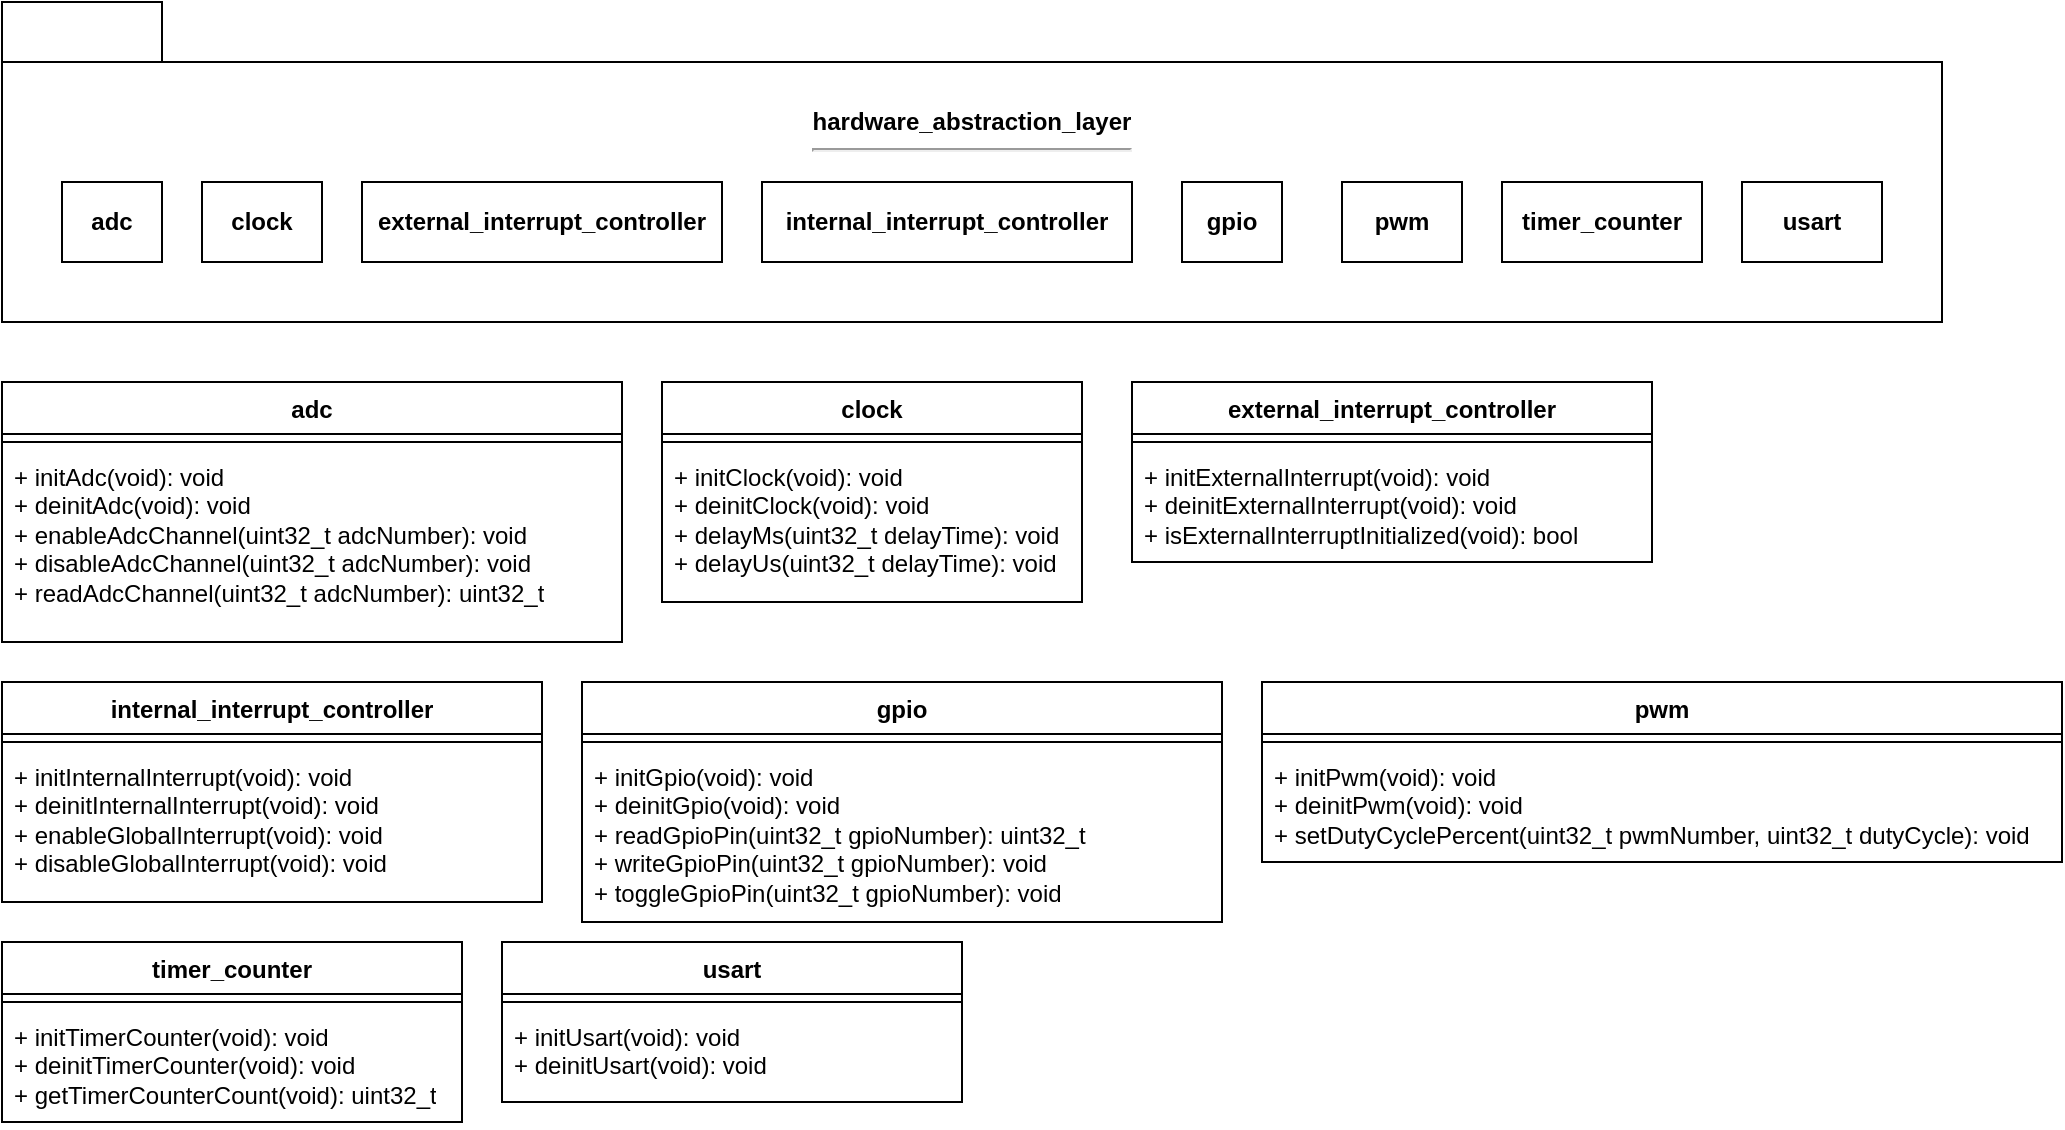
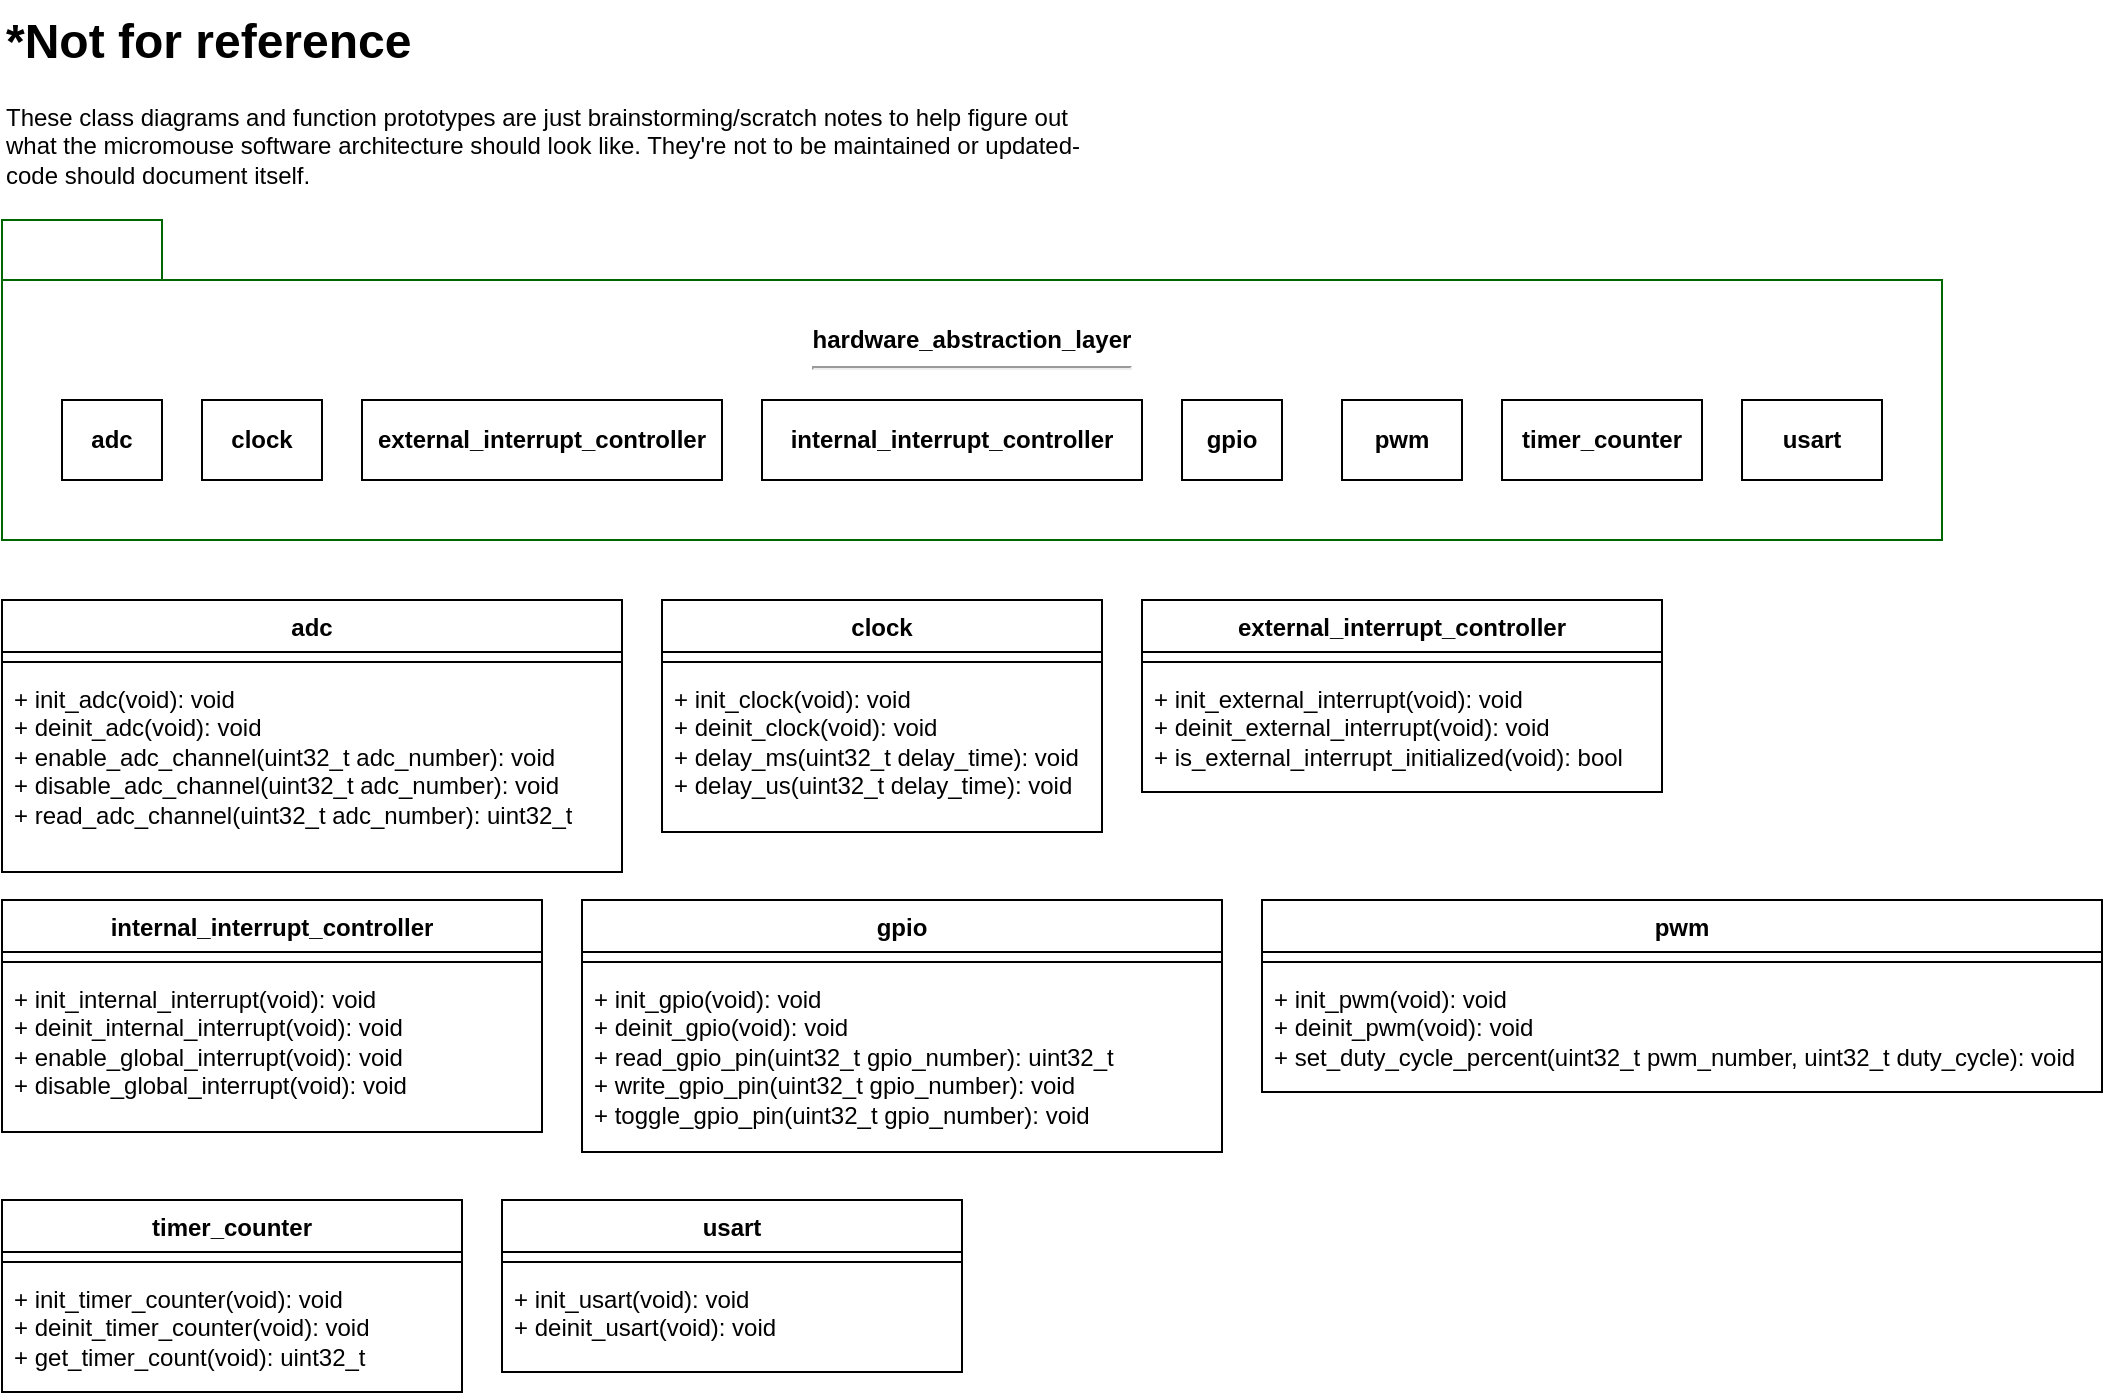
- <mxfile host="Electron" agent="Mozilla/5.0 (Windows NT 10.0; Win64; x64) AppleWebKit/537.36 (KHTML, like Gecko) draw.io/26.2.2 Chrome/134.0.6998.178 Electron/35.1.2 Safari/537.36" version="26.2.2">
+ <mxfile host="Electron" agent="Mozilla/5.0 (Windows NT 10.0; Win64; x64) AppleWebKit/537.36 (KHTML, like Gecko) draw.io/29.3.0 Chrome/140.0.7339.249 Electron/38.7.2 Safari/537.36" version="29.3.0">
  <diagram name="Page-1" id="oKpc1l_Igcs4GMacKgKO">
-     <mxGraphModel dx="1044" dy="634" grid="1" gridSize="10" guides="1" tooltips="1" connect="1" arrows="1" fold="1" page="1" pageScale="1" pageWidth="850" pageHeight="1100" math="0" shadow="0">
+     <mxGraphModel dx="1042" dy="1726" grid="1" gridSize="10" guides="1" tooltips="1" connect="1" arrows="1" fold="1" page="1" pageScale="1" pageWidth="850" pageHeight="1100" math="0" shadow="0">
      <root>
        <mxCell id="0" />
        <mxCell id="1" parent="0" />
-         <mxCell id="VA4gKk7P2Ic-5W_0SB8y-11" value="&lt;div&gt;hardware_abstraction_layer&lt;/div&gt;&lt;div&gt;&lt;hr&gt;&lt;br&gt;&lt;/div&gt;&lt;div&gt;&lt;br&gt;&lt;/div&gt;&lt;div&gt;&lt;br&gt;&lt;/div&gt;&lt;div&gt;&lt;br&gt;&lt;/div&gt;" style="shape=folder;fontStyle=1;tabWidth=80;tabHeight=30;tabPosition=left;html=1;boundedLbl=1;whiteSpace=wrap;" parent="1" vertex="1">
-           <mxGeometry x="80" y="80" width="970" height="160" as="geometry" />
+         <mxCell id="VA4gKk7P2Ic-5W_0SB8y-11" parent="1" style="shape=folder;fontStyle=1;tabWidth=80;tabHeight=30;tabPosition=left;html=1;boundedLbl=1;whiteSpace=wrap;strokeColor=#006600;" value="&lt;div&gt;hardware_abstraction_layer&lt;/div&gt;&lt;div&gt;&lt;hr&gt;&lt;br&gt;&lt;/div&gt;&lt;div&gt;&lt;br&gt;&lt;/div&gt;&lt;div&gt;&lt;br&gt;&lt;/div&gt;&lt;div&gt;&lt;br&gt;&lt;/div&gt;" vertex="1">
+           <mxGeometry height="160" width="970" x="80" y="80" as="geometry" />
        </mxCell>
-         <mxCell id="VA4gKk7P2Ic-5W_0SB8y-12" value="&lt;b&gt;adc&lt;/b&gt;" style="rounded=0;whiteSpace=wrap;html=1;" parent="1" vertex="1">
-           <mxGeometry x="110" y="170" width="50" height="40" as="geometry" />
+         <mxCell id="VA4gKk7P2Ic-5W_0SB8y-12" parent="1" style="rounded=0;whiteSpace=wrap;html=1;" value="&lt;b&gt;adc&lt;/b&gt;" vertex="1">
+           <mxGeometry height="40" width="50" x="110" y="170" as="geometry" />
        </mxCell>
-         <mxCell id="VA4gKk7P2Ic-5W_0SB8y-13" value="&lt;b&gt;clock&lt;/b&gt;" style="rounded=0;whiteSpace=wrap;html=1;" parent="1" vertex="1">
-           <mxGeometry x="180" y="170" width="60" height="40" as="geometry" />
+         <mxCell id="VA4gKk7P2Ic-5W_0SB8y-13" parent="1" style="rounded=0;whiteSpace=wrap;html=1;" value="&lt;b&gt;clock&lt;/b&gt;" vertex="1">
+           <mxGeometry height="40" width="60" x="180" y="170" as="geometry" />
        </mxCell>
-         <mxCell id="VA4gKk7P2Ic-5W_0SB8y-14" value="&lt;b&gt;external_interrupt_controller&lt;/b&gt;" style="rounded=0;whiteSpace=wrap;html=1;" parent="1" vertex="1">
-           <mxGeometry x="260" y="170" width="180" height="40" as="geometry" />
+         <mxCell id="VA4gKk7P2Ic-5W_0SB8y-14" parent="1" style="rounded=0;whiteSpace=wrap;html=1;" value="&lt;b&gt;external_interrupt_controller&lt;/b&gt;" vertex="1">
+           <mxGeometry height="40" width="180" x="260" y="170" as="geometry" />
        </mxCell>
-         <mxCell id="VA4gKk7P2Ic-5W_0SB8y-15" value="&lt;b&gt;internal_interrupt_controller&lt;/b&gt;" style="rounded=0;whiteSpace=wrap;html=1;" parent="1" vertex="1">
-           <mxGeometry x="460" y="170" width="185" height="40" as="geometry" />
+         <mxCell id="VA4gKk7P2Ic-5W_0SB8y-15" parent="1" style="rounded=0;whiteSpace=wrap;html=1;" value="&lt;b&gt;internal_interrupt_controller&lt;/b&gt;" vertex="1">
+           <mxGeometry height="40" width="190" x="460" y="170" as="geometry" />
        </mxCell>
-         <mxCell id="VA4gKk7P2Ic-5W_0SB8y-16" value="&lt;b&gt;gpio&lt;/b&gt;" style="rounded=0;whiteSpace=wrap;html=1;" parent="1" vertex="1">
-           <mxGeometry x="670" y="170" width="50" height="40" as="geometry" />
+         <mxCell id="VA4gKk7P2Ic-5W_0SB8y-16" parent="1" style="rounded=0;whiteSpace=wrap;html=1;" value="&lt;b&gt;gpio&lt;/b&gt;" vertex="1">
+           <mxGeometry height="40" width="50" x="670" y="170" as="geometry" />
        </mxCell>
-         <mxCell id="VA4gKk7P2Ic-5W_0SB8y-17" value="&lt;b&gt;pwm&lt;/b&gt;" style="rounded=0;whiteSpace=wrap;html=1;" parent="1" vertex="1">
-           <mxGeometry x="750" y="170" width="60" height="40" as="geometry" />
+         <mxCell id="VA4gKk7P2Ic-5W_0SB8y-17" parent="1" style="rounded=0;whiteSpace=wrap;html=1;" value="&lt;b&gt;pwm&lt;/b&gt;" vertex="1">
+           <mxGeometry height="40" width="60" x="750" y="170" as="geometry" />
        </mxCell>
-         <mxCell id="VA4gKk7P2Ic-5W_0SB8y-18" value="&lt;b&gt;usart&lt;/b&gt;" style="rounded=0;whiteSpace=wrap;html=1;" parent="1" vertex="1">
-           <mxGeometry x="950" y="170" width="70" height="40" as="geometry" />
+         <mxCell id="VA4gKk7P2Ic-5W_0SB8y-18" parent="1" style="rounded=0;whiteSpace=wrap;html=1;" value="&lt;b&gt;usart&lt;/b&gt;" vertex="1">
+           <mxGeometry height="40" width="70" x="950" y="170" as="geometry" />
        </mxCell>
-         <mxCell id="VA4gKk7P2Ic-5W_0SB8y-19" value="&lt;b&gt;timer_counter&lt;/b&gt;" style="rounded=0;whiteSpace=wrap;html=1;" parent="1" vertex="1">
-           <mxGeometry x="830" y="170" width="100" height="40" as="geometry" />
+         <mxCell id="VA4gKk7P2Ic-5W_0SB8y-19" parent="1" style="rounded=0;whiteSpace=wrap;html=1;" value="&lt;b&gt;timer_counter&lt;/b&gt;" vertex="1">
+           <mxGeometry height="40" width="100" x="830" y="170" as="geometry" />
        </mxCell>
-         <mxCell id="VA4gKk7P2Ic-5W_0SB8y-20" style="edgeStyle=orthogonalEdgeStyle;rounded=0;orthogonalLoop=1;jettySize=auto;html=1;exitX=0.5;exitY=1;exitDx=0;exitDy=0;" parent="1" source="VA4gKk7P2Ic-5W_0SB8y-13" target="VA4gKk7P2Ic-5W_0SB8y-13" edge="1">
+         <mxCell id="VA4gKk7P2Ic-5W_0SB8y-20" edge="1" parent="1" source="VA4gKk7P2Ic-5W_0SB8y-13" style="edgeStyle=orthogonalEdgeStyle;rounded=0;orthogonalLoop=1;jettySize=auto;html=1;exitX=0.5;exitY=1;exitDx=0;exitDy=0;" target="VA4gKk7P2Ic-5W_0SB8y-13">
          <mxGeometry relative="1" as="geometry" />
        </mxCell>
-         <mxCell id="qFmJLVRTqTorrICbb9q3-8" value="adc" style="swimlane;fontStyle=1;align=center;verticalAlign=top;childLayout=stackLayout;horizontal=1;startSize=26;horizontalStack=0;resizeParent=1;resizeParentMax=0;resizeLast=0;collapsible=1;marginBottom=0;whiteSpace=wrap;html=1;" parent="1" vertex="1">
-           <mxGeometry x="80" y="270" width="310" height="130" as="geometry" />
-         </mxCell>
-         <mxCell id="qFmJLVRTqTorrICbb9q3-10" value="" style="line;strokeWidth=1;fillColor=none;align=left;verticalAlign=middle;spacingTop=-1;spacingLeft=3;spacingRight=3;rotatable=0;labelPosition=right;points=[];portConstraint=eastwest;strokeColor=inherit;" parent="qFmJLVRTqTorrICbb9q3-8" vertex="1">
-           <mxGeometry y="26" width="310" height="8" as="geometry" />
-         </mxCell>
-         <mxCell id="qFmJLVRTqTorrICbb9q3-11" value="+ initAdc(void): void&lt;div&gt;+ deinitAdc(void): void&lt;br&gt;&lt;div&gt;+ enableAdcChannel(uint32_t adcNumber): void&lt;/div&gt;&lt;div&gt;+ disableAdcChannel(uint32_t adcNumber): void&lt;/div&gt;&lt;div&gt;+ readAdcChannel(uint32_t adcNumber): uint32_t&lt;/div&gt;&lt;/div&gt;" style="text;strokeColor=none;fillColor=none;align=left;verticalAlign=top;spacingLeft=4;spacingRight=4;overflow=hidden;rotatable=0;points=[[0,0.5],[1,0.5]];portConstraint=eastwest;whiteSpace=wrap;html=1;" parent="qFmJLVRTqTorrICbb9q3-8" vertex="1">
-           <mxGeometry y="34" width="310" height="96" as="geometry" />
-         </mxCell>
-         <mxCell id="qFmJLVRTqTorrICbb9q3-12" value="clock" style="swimlane;fontStyle=1;align=center;verticalAlign=top;childLayout=stackLayout;horizontal=1;startSize=26;horizontalStack=0;resizeParent=1;resizeParentMax=0;resizeLast=0;collapsible=1;marginBottom=0;whiteSpace=wrap;html=1;" parent="1" vertex="1">
-           <mxGeometry x="410" y="270" width="210" height="110" as="geometry" />
-         </mxCell>
-         <mxCell id="qFmJLVRTqTorrICbb9q3-13" value="" style="line;strokeWidth=1;fillColor=none;align=left;verticalAlign=middle;spacingTop=-1;spacingLeft=3;spacingRight=3;rotatable=0;labelPosition=right;points=[];portConstraint=eastwest;strokeColor=inherit;" parent="qFmJLVRTqTorrICbb9q3-12" vertex="1">
-           <mxGeometry y="26" width="210" height="8" as="geometry" />
-         </mxCell>
-         <mxCell id="qFmJLVRTqTorrICbb9q3-14" value="+ initClock(void): void&lt;div&gt;+ deinitClock(void): void&lt;br&gt;&lt;div&gt;+ delayMs(uint32_t delayTime): void&lt;/div&gt;&lt;/div&gt;&lt;div&gt;+ delayUs(uint32_t delayTime): void&lt;/div&gt;" style="text;strokeColor=none;fillColor=none;align=left;verticalAlign=top;spacingLeft=4;spacingRight=4;overflow=hidden;rotatable=0;points=[[0,0.5],[1,0.5]];portConstraint=eastwest;whiteSpace=wrap;html=1;" parent="qFmJLVRTqTorrICbb9q3-12" vertex="1">
-           <mxGeometry y="34" width="210" height="76" as="geometry" />
-         </mxCell>
-         <mxCell id="qFmJLVRTqTorrICbb9q3-15" value="external_interrupt_controller" style="swimlane;fontStyle=1;align=center;verticalAlign=top;childLayout=stackLayout;horizontal=1;startSize=26;horizontalStack=0;resizeParent=1;resizeParentMax=0;resizeLast=0;collapsible=1;marginBottom=0;whiteSpace=wrap;html=1;" parent="1" vertex="1">
-           <mxGeometry x="645" y="270" width="260" height="90" as="geometry" />
-         </mxCell>
-         <mxCell id="qFmJLVRTqTorrICbb9q3-16" value="" style="line;strokeWidth=1;fillColor=none;align=left;verticalAlign=middle;spacingTop=-1;spacingLeft=3;spacingRight=3;rotatable=0;labelPosition=right;points=[];portConstraint=eastwest;strokeColor=inherit;" parent="qFmJLVRTqTorrICbb9q3-15" vertex="1">
-           <mxGeometry y="26" width="260" height="8" as="geometry" />
-         </mxCell>
-         <mxCell id="qFmJLVRTqTorrICbb9q3-17" value="+ initExternalInterrupt(void): void&lt;div&gt;+ deinitExternalInterrupt(void): void&lt;/div&gt;&lt;div&gt;+ isExternalInterruptInitialized(void): bool&lt;/div&gt;" style="text;strokeColor=none;fillColor=none;align=left;verticalAlign=top;spacingLeft=4;spacingRight=4;overflow=hidden;rotatable=0;points=[[0,0.5],[1,0.5]];portConstraint=eastwest;whiteSpace=wrap;html=1;" parent="qFmJLVRTqTorrICbb9q3-15" vertex="1">
-           <mxGeometry y="34" width="260" height="56" as="geometry" />
-         </mxCell>
-         <mxCell id="qFmJLVRTqTorrICbb9q3-18" value="internal_interrupt_controller" style="swimlane;fontStyle=1;align=center;verticalAlign=top;childLayout=stackLayout;horizontal=1;startSize=26;horizontalStack=0;resizeParent=1;resizeParentMax=0;resizeLast=0;collapsible=1;marginBottom=0;whiteSpace=wrap;html=1;" parent="1" vertex="1">
-           <mxGeometry x="80" y="420" width="270" height="110" as="geometry" />
-         </mxCell>
-         <mxCell id="qFmJLVRTqTorrICbb9q3-19" value="" style="line;strokeWidth=1;fillColor=none;align=left;verticalAlign=middle;spacingTop=-1;spacingLeft=3;spacingRight=3;rotatable=0;labelPosition=right;points=[];portConstraint=eastwest;strokeColor=inherit;" parent="qFmJLVRTqTorrICbb9q3-18" vertex="1">
-           <mxGeometry y="26" width="270" height="8" as="geometry" />
-         </mxCell>
-         <mxCell id="qFmJLVRTqTorrICbb9q3-20" value="+ initInternalInterrupt(void): void&lt;div&gt;+ deinitInternalInterrupt(void): void&lt;br&gt;&lt;div&gt;+ enableGlobalInterrupt(void): void&lt;/div&gt;&lt;/div&gt;&lt;div&gt;+&amp;nbsp;&lt;span style=&quot;background-color: transparent; color: light-dark(rgb(0, 0, 0), rgb(255, 255, 255));&quot;&gt;disableGlobalInterrupt(void): void&lt;/span&gt;&lt;/div&gt;" style="text;strokeColor=none;fillColor=none;align=left;verticalAlign=top;spacingLeft=4;spacingRight=4;overflow=hidden;rotatable=0;points=[[0,0.5],[1,0.5]];portConstraint=eastwest;whiteSpace=wrap;html=1;" parent="qFmJLVRTqTorrICbb9q3-18" vertex="1">
-           <mxGeometry y="34" width="270" height="76" as="geometry" />
-         </mxCell>
-         <mxCell id="qFmJLVRTqTorrICbb9q3-21" value="gpio" style="swimlane;fontStyle=1;align=center;verticalAlign=top;childLayout=stackLayout;horizontal=1;startSize=26;horizontalStack=0;resizeParent=1;resizeParentMax=0;resizeLast=0;collapsible=1;marginBottom=0;whiteSpace=wrap;html=1;" parent="1" vertex="1">
-           <mxGeometry x="370" y="420" width="320" height="120" as="geometry">
-             <mxRectangle x="370" y="420" width="60" height="30" as="alternateBounds" />
+         <mxCell id="qFmJLVRTqTorrICbb9q3-8" parent="1" style="swimlane;fontStyle=1;align=center;verticalAlign=top;childLayout=stackLayout;horizontal=1;startSize=26;horizontalStack=0;resizeParent=1;resizeParentMax=0;resizeLast=0;collapsible=1;marginBottom=0;whiteSpace=wrap;html=1;" value="adc" vertex="1">
+           <mxGeometry height="136" width="310" x="80" y="270" as="geometry">
+             <mxRectangle height="30" width="60" x="80" y="270" as="alternateBounds" />
          </mxGeometry>
        </mxCell>
-         <mxCell id="qFmJLVRTqTorrICbb9q3-22" value="" style="line;strokeWidth=1;fillColor=none;align=left;verticalAlign=middle;spacingTop=-1;spacingLeft=3;spacingRight=3;rotatable=0;labelPosition=right;points=[];portConstraint=eastwest;strokeColor=inherit;" parent="qFmJLVRTqTorrICbb9q3-21" vertex="1">
-           <mxGeometry y="26" width="320" height="8" as="geometry" />
+         <mxCell id="qFmJLVRTqTorrICbb9q3-10" parent="qFmJLVRTqTorrICbb9q3-8" style="line;strokeWidth=1;fillColor=none;align=left;verticalAlign=middle;spacingTop=-1;spacingLeft=3;spacingRight=3;rotatable=0;labelPosition=right;points=[];portConstraint=eastwest;strokeColor=inherit;" value="" vertex="1">
+           <mxGeometry height="10" width="310" y="26" as="geometry" />
        </mxCell>
-         <mxCell id="qFmJLVRTqTorrICbb9q3-23" value="+ initGpio(void): void&lt;div&gt;+ deinitGpio(void): void&lt;br&gt;&lt;div&gt;+ readGpioPin(uint32_t gpioNumber): uint32_t&lt;/div&gt;&lt;/div&gt;&lt;div&gt;+&amp;nbsp;&lt;span style=&quot;background-color: transparent; color: light-dark(rgb(0, 0, 0), rgb(255, 255, 255));&quot;&gt;writeGpioPin(&lt;/span&gt;uint32_t gpioNumber&lt;span style=&quot;background-color: transparent; color: light-dark(rgb(0, 0, 0), rgb(255, 255, 255));&quot;&gt;): void&lt;/span&gt;&lt;/div&gt;&lt;div&gt;&lt;span style=&quot;background-color: transparent; color: light-dark(rgb(0, 0, 0), rgb(255, 255, 255));&quot;&gt;+ toggleGpioPin(uint32_t gpioNumber): void&lt;/span&gt;&lt;/div&gt;" style="text;strokeColor=none;fillColor=none;align=left;verticalAlign=top;spacingLeft=4;spacingRight=4;overflow=hidden;rotatable=0;points=[[0,0.5],[1,0.5]];portConstraint=eastwest;whiteSpace=wrap;html=1;" parent="qFmJLVRTqTorrICbb9q3-21" vertex="1">
-           <mxGeometry y="34" width="320" height="86" as="geometry" />
+         <mxCell id="qFmJLVRTqTorrICbb9q3-11" parent="qFmJLVRTqTorrICbb9q3-8" style="text;strokeColor=none;fillColor=none;align=left;verticalAlign=top;spacingLeft=4;spacingRight=4;overflow=hidden;rotatable=0;points=[[0,0.5],[1,0.5]];portConstraint=eastwest;whiteSpace=wrap;html=1;" value="+ init_adc(void): void&lt;div&gt;+ deinit_adc(void): void&lt;br&gt;&lt;div&gt;+ enable_adc_channel(uint32_t adc_number): void&lt;/div&gt;&lt;div&gt;+ disable_adc_channel(uint32_t adc_number): void&lt;/div&gt;&lt;div&gt;+ read_adc_channel(uint32_t adc_number): uint32_t&lt;/div&gt;&lt;/div&gt;" vertex="1">
+           <mxGeometry height="100" width="310" y="36" as="geometry" />
        </mxCell>
-         <mxCell id="qFmJLVRTqTorrICbb9q3-24" value="pwm" style="swimlane;fontStyle=1;align=center;verticalAlign=top;childLayout=stackLayout;horizontal=1;startSize=26;horizontalStack=0;resizeParent=1;resizeParentMax=0;resizeLast=0;collapsible=1;marginBottom=0;whiteSpace=wrap;html=1;" parent="1" vertex="1">
-           <mxGeometry x="710" y="420" width="400" height="90" as="geometry" />
+         <mxCell id="qFmJLVRTqTorrICbb9q3-12" parent="1" style="swimlane;fontStyle=1;align=center;verticalAlign=top;childLayout=stackLayout;horizontal=1;startSize=26;horizontalStack=0;resizeParent=1;resizeParentMax=0;resizeLast=0;collapsible=1;marginBottom=0;whiteSpace=wrap;html=1;" value="clock" vertex="1">
+           <mxGeometry height="116" width="220" x="410" y="270" as="geometry" />
        </mxCell>
-         <mxCell id="qFmJLVRTqTorrICbb9q3-25" value="" style="line;strokeWidth=1;fillColor=none;align=left;verticalAlign=middle;spacingTop=-1;spacingLeft=3;spacingRight=3;rotatable=0;labelPosition=right;points=[];portConstraint=eastwest;strokeColor=inherit;" parent="qFmJLVRTqTorrICbb9q3-24" vertex="1">
-           <mxGeometry y="26" width="400" height="8" as="geometry" />
+         <mxCell id="qFmJLVRTqTorrICbb9q3-13" parent="qFmJLVRTqTorrICbb9q3-12" style="line;strokeWidth=1;fillColor=none;align=left;verticalAlign=middle;spacingTop=-1;spacingLeft=3;spacingRight=3;rotatable=0;labelPosition=right;points=[];portConstraint=eastwest;strokeColor=inherit;" value="" vertex="1">
+           <mxGeometry height="10" width="220" y="26" as="geometry" />
        </mxCell>
-         <mxCell id="qFmJLVRTqTorrICbb9q3-26" value="+ initPwm(void): void&lt;div&gt;+ deinitPwm(void): void&lt;br&gt;&lt;div&gt;+ setDutyCyclePercent(uint32_t pwmNumber, uint32_t dutyCycle): void&lt;/div&gt;&lt;/div&gt;" style="text;strokeColor=none;fillColor=none;align=left;verticalAlign=top;spacingLeft=4;spacingRight=4;overflow=hidden;rotatable=0;points=[[0,0.5],[1,0.5]];portConstraint=eastwest;whiteSpace=wrap;html=1;" parent="qFmJLVRTqTorrICbb9q3-24" vertex="1">
-           <mxGeometry y="34" width="400" height="56" as="geometry" />
+         <mxCell id="qFmJLVRTqTorrICbb9q3-14" parent="qFmJLVRTqTorrICbb9q3-12" style="text;strokeColor=none;fillColor=none;align=left;verticalAlign=top;spacingLeft=4;spacingRight=4;overflow=hidden;rotatable=0;points=[[0,0.5],[1,0.5]];portConstraint=eastwest;whiteSpace=wrap;html=1;" value="+ init_clock(void): void&lt;div&gt;+ deinit_clock(void): void&lt;br&gt;&lt;div&gt;+ delay_ms(uint32_t delay_time): void&lt;/div&gt;&lt;/div&gt;&lt;div&gt;+ delay_us(uint32_t delay_time): void&lt;/div&gt;" vertex="1">
+           <mxGeometry height="80" width="220" y="36" as="geometry" />
        </mxCell>
-         <mxCell id="qFmJLVRTqTorrICbb9q3-27" value="timer_counter" style="swimlane;fontStyle=1;align=center;verticalAlign=top;childLayout=stackLayout;horizontal=1;startSize=26;horizontalStack=0;resizeParent=1;resizeParentMax=0;resizeLast=0;collapsible=1;marginBottom=0;whiteSpace=wrap;html=1;" parent="1" vertex="1">
-           <mxGeometry x="80" y="550" width="230" height="90" as="geometry" />
+         <mxCell id="qFmJLVRTqTorrICbb9q3-15" parent="1" style="swimlane;fontStyle=1;align=center;verticalAlign=top;childLayout=stackLayout;horizontal=1;startSize=26;horizontalStack=0;resizeParent=1;resizeParentMax=0;resizeLast=0;collapsible=1;marginBottom=0;whiteSpace=wrap;html=1;" value="external_interrupt_controller" vertex="1">
+           <mxGeometry height="96" width="260" x="650" y="270" as="geometry" />
        </mxCell>
-         <mxCell id="qFmJLVRTqTorrICbb9q3-28" value="" style="line;strokeWidth=1;fillColor=none;align=left;verticalAlign=middle;spacingTop=-1;spacingLeft=3;spacingRight=3;rotatable=0;labelPosition=right;points=[];portConstraint=eastwest;strokeColor=inherit;" parent="qFmJLVRTqTorrICbb9q3-27" vertex="1">
-           <mxGeometry y="26" width="230" height="8" as="geometry" />
+         <mxCell id="qFmJLVRTqTorrICbb9q3-16" parent="qFmJLVRTqTorrICbb9q3-15" style="line;strokeWidth=1;fillColor=none;align=left;verticalAlign=middle;spacingTop=-1;spacingLeft=3;spacingRight=3;rotatable=0;labelPosition=right;points=[];portConstraint=eastwest;strokeColor=inherit;" value="" vertex="1">
+           <mxGeometry height="10" width="260" y="26" as="geometry" />
        </mxCell>
-         <mxCell id="qFmJLVRTqTorrICbb9q3-29" value="+ initTimerCounter(void): void&lt;div&gt;+ deinitTimerCounter(void): void&lt;/div&gt;&lt;div&gt;+ getTimerCounterCount(void): uint32_t&lt;/div&gt;" style="text;strokeColor=none;fillColor=none;align=left;verticalAlign=top;spacingLeft=4;spacingRight=4;overflow=hidden;rotatable=0;points=[[0,0.5],[1,0.5]];portConstraint=eastwest;whiteSpace=wrap;html=1;" parent="qFmJLVRTqTorrICbb9q3-27" vertex="1">
-           <mxGeometry y="34" width="230" height="56" as="geometry" />
+         <mxCell id="qFmJLVRTqTorrICbb9q3-17" parent="qFmJLVRTqTorrICbb9q3-15" style="text;strokeColor=none;fillColor=none;align=left;verticalAlign=top;spacingLeft=4;spacingRight=4;overflow=hidden;rotatable=0;points=[[0,0.5],[1,0.5]];portConstraint=eastwest;whiteSpace=wrap;html=1;" value="+ init_external_interrupt(void): void&lt;div&gt;+ deinit_external_interrupt(void): void&lt;/div&gt;&lt;div&gt;+ is_external_interrupt_initialized(void): bool&lt;/div&gt;" vertex="1">
+           <mxGeometry height="60" width="260" y="36" as="geometry" />
        </mxCell>
-         <mxCell id="qFmJLVRTqTorrICbb9q3-30" value="usart" style="swimlane;fontStyle=1;align=center;verticalAlign=top;childLayout=stackLayout;horizontal=1;startSize=26;horizontalStack=0;resizeParent=1;resizeParentMax=0;resizeLast=0;collapsible=1;marginBottom=0;whiteSpace=wrap;html=1;" parent="1" vertex="1">
-           <mxGeometry x="330" y="550" width="230" height="80" as="geometry" />
+         <mxCell id="qFmJLVRTqTorrICbb9q3-18" parent="1" style="swimlane;fontStyle=1;align=center;verticalAlign=top;childLayout=stackLayout;horizontal=1;startSize=26;horizontalStack=0;resizeParent=1;resizeParentMax=0;resizeLast=0;collapsible=1;marginBottom=0;whiteSpace=wrap;html=1;" value="internal_interrupt_controller" vertex="1">
+           <mxGeometry height="116" width="270" x="80" y="420" as="geometry" />
        </mxCell>
-         <mxCell id="qFmJLVRTqTorrICbb9q3-31" value="" style="line;strokeWidth=1;fillColor=none;align=left;verticalAlign=middle;spacingTop=-1;spacingLeft=3;spacingRight=3;rotatable=0;labelPosition=right;points=[];portConstraint=eastwest;strokeColor=inherit;" parent="qFmJLVRTqTorrICbb9q3-30" vertex="1">
-           <mxGeometry y="26" width="230" height="8" as="geometry" />
+         <mxCell id="qFmJLVRTqTorrICbb9q3-19" parent="qFmJLVRTqTorrICbb9q3-18" style="line;strokeWidth=1;fillColor=none;align=left;verticalAlign=middle;spacingTop=-1;spacingLeft=3;spacingRight=3;rotatable=0;labelPosition=right;points=[];portConstraint=eastwest;strokeColor=inherit;" value="" vertex="1">
+           <mxGeometry height="10" width="270" y="26" as="geometry" />
        </mxCell>
-         <mxCell id="qFmJLVRTqTorrICbb9q3-32" value="+ initUsart(void): void&lt;div&gt;+ deinitUsart(void): void&lt;/div&gt;" style="text;strokeColor=none;fillColor=none;align=left;verticalAlign=top;spacingLeft=4;spacingRight=4;overflow=hidden;rotatable=0;points=[[0,0.5],[1,0.5]];portConstraint=eastwest;whiteSpace=wrap;html=1;" parent="qFmJLVRTqTorrICbb9q3-30" vertex="1">
-           <mxGeometry y="34" width="230" height="46" as="geometry" />
+         <mxCell id="qFmJLVRTqTorrICbb9q3-20" parent="qFmJLVRTqTorrICbb9q3-18" style="text;strokeColor=none;fillColor=none;align=left;verticalAlign=top;spacingLeft=4;spacingRight=4;overflow=hidden;rotatable=0;points=[[0,0.5],[1,0.5]];portConstraint=eastwest;whiteSpace=wrap;html=1;" value="+ init_internal_interrupt(void): void&lt;div&gt;+ deinit_internal_interrupt(void): void&lt;br&gt;&lt;div&gt;+ enable_global_interrupt(void): void&lt;/div&gt;&lt;/div&gt;&lt;div&gt;+&amp;nbsp;&lt;span style=&quot;background-color: transparent; color: light-dark(rgb(0, 0, 0), rgb(255, 255, 255));&quot;&gt;disable_global_interrupt(void): void&lt;/span&gt;&lt;/div&gt;" vertex="1">
+           <mxGeometry height="80" width="270" y="36" as="geometry" />
+         </mxCell>
+         <mxCell id="qFmJLVRTqTorrICbb9q3-21" parent="1" style="swimlane;fontStyle=1;align=center;verticalAlign=top;childLayout=stackLayout;horizontal=1;startSize=26;horizontalStack=0;resizeParent=1;resizeParentMax=0;resizeLast=0;collapsible=1;marginBottom=0;whiteSpace=wrap;html=1;" value="gpio" vertex="1">
+           <mxGeometry height="126" width="320" x="370" y="420" as="geometry">
+             <mxRectangle height="30" width="60" x="370" y="420" as="alternateBounds" />
+           </mxGeometry>
+         </mxCell>
+         <mxCell id="qFmJLVRTqTorrICbb9q3-22" parent="qFmJLVRTqTorrICbb9q3-21" style="line;strokeWidth=1;fillColor=none;align=left;verticalAlign=middle;spacingTop=-1;spacingLeft=3;spacingRight=3;rotatable=0;labelPosition=right;points=[];portConstraint=eastwest;strokeColor=inherit;" value="" vertex="1">
+           <mxGeometry height="10" width="320" y="26" as="geometry" />
+         </mxCell>
+         <mxCell id="qFmJLVRTqTorrICbb9q3-23" parent="qFmJLVRTqTorrICbb9q3-21" style="text;strokeColor=none;fillColor=none;align=left;verticalAlign=top;spacingLeft=4;spacingRight=4;overflow=hidden;rotatable=0;points=[[0,0.5],[1,0.5]];portConstraint=eastwest;whiteSpace=wrap;html=1;" value="+ init_gpio(void): void&lt;div&gt;+ deinit_gpio(void): void&lt;br&gt;&lt;div&gt;+ read_gpio_pin(uint32_t gpio_number): uint32_t&lt;/div&gt;&lt;/div&gt;&lt;div&gt;+&amp;nbsp;&lt;span style=&quot;background-color: transparent; color: light-dark(rgb(0, 0, 0), rgb(255, 255, 255));&quot;&gt;write_gpio_pin(&lt;/span&gt;uint32_t gpio_number&lt;span style=&quot;background-color: transparent; color: light-dark(rgb(0, 0, 0), rgb(255, 255, 255));&quot;&gt;): void&lt;/span&gt;&lt;/div&gt;&lt;div&gt;&lt;span style=&quot;background-color: transparent; color: light-dark(rgb(0, 0, 0), rgb(255, 255, 255));&quot;&gt;+ toggle_gpio_pin(uint32_t gpio_number): void&lt;/span&gt;&lt;/div&gt;" vertex="1">
+           <mxGeometry height="90" width="320" y="36" as="geometry" />
+         </mxCell>
+         <mxCell id="qFmJLVRTqTorrICbb9q3-24" parent="1" style="swimlane;fontStyle=1;align=center;verticalAlign=top;childLayout=stackLayout;horizontal=1;startSize=26;horizontalStack=0;resizeParent=1;resizeParentMax=0;resizeLast=0;collapsible=1;marginBottom=0;whiteSpace=wrap;html=1;" value="pwm" vertex="1">
+           <mxGeometry height="96" width="420" x="710" y="420" as="geometry" />
+         </mxCell>
+         <mxCell id="qFmJLVRTqTorrICbb9q3-25" parent="qFmJLVRTqTorrICbb9q3-24" style="line;strokeWidth=1;fillColor=none;align=left;verticalAlign=middle;spacingTop=-1;spacingLeft=3;spacingRight=3;rotatable=0;labelPosition=right;points=[];portConstraint=eastwest;strokeColor=inherit;" value="" vertex="1">
+           <mxGeometry height="10" width="420" y="26" as="geometry" />
+         </mxCell>
+         <mxCell id="qFmJLVRTqTorrICbb9q3-26" parent="qFmJLVRTqTorrICbb9q3-24" style="text;strokeColor=none;fillColor=none;align=left;verticalAlign=top;spacingLeft=4;spacingRight=4;overflow=hidden;rotatable=0;points=[[0,0.5],[1,0.5]];portConstraint=eastwest;whiteSpace=wrap;html=1;" value="+ init_pwm(void): void&lt;div&gt;+ deinit_pwm(void): void&lt;br&gt;&lt;div&gt;+ set_duty_cycle_percent(uint32_t pwm_number, uint32_t duty_cycle): void&lt;/div&gt;&lt;/div&gt;" vertex="1">
+           <mxGeometry height="60" width="420" y="36" as="geometry" />
+         </mxCell>
+         <mxCell id="qFmJLVRTqTorrICbb9q3-27" parent="1" style="swimlane;fontStyle=1;align=center;verticalAlign=top;childLayout=stackLayout;horizontal=1;startSize=26;horizontalStack=0;resizeParent=1;resizeParentMax=0;resizeLast=0;collapsible=1;marginBottom=0;whiteSpace=wrap;html=1;" value="timer_counter" vertex="1">
+           <mxGeometry height="96" width="230" x="80" y="570" as="geometry" />
+         </mxCell>
+         <mxCell id="qFmJLVRTqTorrICbb9q3-28" parent="qFmJLVRTqTorrICbb9q3-27" style="line;strokeWidth=1;fillColor=none;align=left;verticalAlign=middle;spacingTop=-1;spacingLeft=3;spacingRight=3;rotatable=0;labelPosition=right;points=[];portConstraint=eastwest;strokeColor=inherit;" value="" vertex="1">
+           <mxGeometry height="10" width="230" y="26" as="geometry" />
+         </mxCell>
+         <mxCell id="qFmJLVRTqTorrICbb9q3-29" parent="qFmJLVRTqTorrICbb9q3-27" style="text;strokeColor=none;fillColor=none;align=left;verticalAlign=top;spacingLeft=4;spacingRight=4;overflow=hidden;rotatable=0;points=[[0,0.5],[1,0.5]];portConstraint=eastwest;whiteSpace=wrap;html=1;" value="+ init_timer_counter(void): void&lt;div&gt;+ deinit_timer_counter(void): void&lt;/div&gt;&lt;div&gt;+ get_timer_count(void): uint32_t&lt;/div&gt;" vertex="1">
+           <mxGeometry height="60" width="230" y="36" as="geometry" />
+         </mxCell>
+         <mxCell id="qFmJLVRTqTorrICbb9q3-30" parent="1" style="swimlane;fontStyle=1;align=center;verticalAlign=top;childLayout=stackLayout;horizontal=1;startSize=26;horizontalStack=0;resizeParent=1;resizeParentMax=0;resizeLast=0;collapsible=1;marginBottom=0;whiteSpace=wrap;html=1;" value="usart" vertex="1">
+           <mxGeometry height="86" width="230" x="330" y="570" as="geometry" />
+         </mxCell>
+         <mxCell id="qFmJLVRTqTorrICbb9q3-31" parent="qFmJLVRTqTorrICbb9q3-30" style="line;strokeWidth=1;fillColor=none;align=left;verticalAlign=middle;spacingTop=-1;spacingLeft=3;spacingRight=3;rotatable=0;labelPosition=right;points=[];portConstraint=eastwest;strokeColor=inherit;" value="" vertex="1">
+           <mxGeometry height="10" width="230" y="26" as="geometry" />
+         </mxCell>
+         <mxCell id="qFmJLVRTqTorrICbb9q3-32" parent="qFmJLVRTqTorrICbb9q3-30" style="text;strokeColor=none;fillColor=none;align=left;verticalAlign=top;spacingLeft=4;spacingRight=4;overflow=hidden;rotatable=0;points=[[0,0.5],[1,0.5]];portConstraint=eastwest;whiteSpace=wrap;html=1;" value="+ init_usart(void): void&lt;div&gt;+ deinit_usart(void): void&lt;/div&gt;" vertex="1">
+           <mxGeometry height="50" width="230" y="36" as="geometry" />
+         </mxCell>
+         <mxCell id="R8j9whzwC21aobDTjVQO-1" parent="1" style="text;html=1;whiteSpace=wrap;overflow=hidden;rounded=0;" value="&lt;h1 style=&quot;margin-top: 0px;&quot;&gt;*Not for reference&lt;/h1&gt;&lt;p&gt;These class diagrams and function prototypes are just brainstorming/scratch notes to help figure out what the micromouse software architecture should look like. They&#39;re not to be maintained or updated- code should document itself.&lt;/p&gt;" vertex="1">
+           <mxGeometry height="100" width="560" x="80" y="-30" as="geometry" />
        </mxCell>
      </root>
    </mxGraphModel>
  </diagram>
</mxfile>
